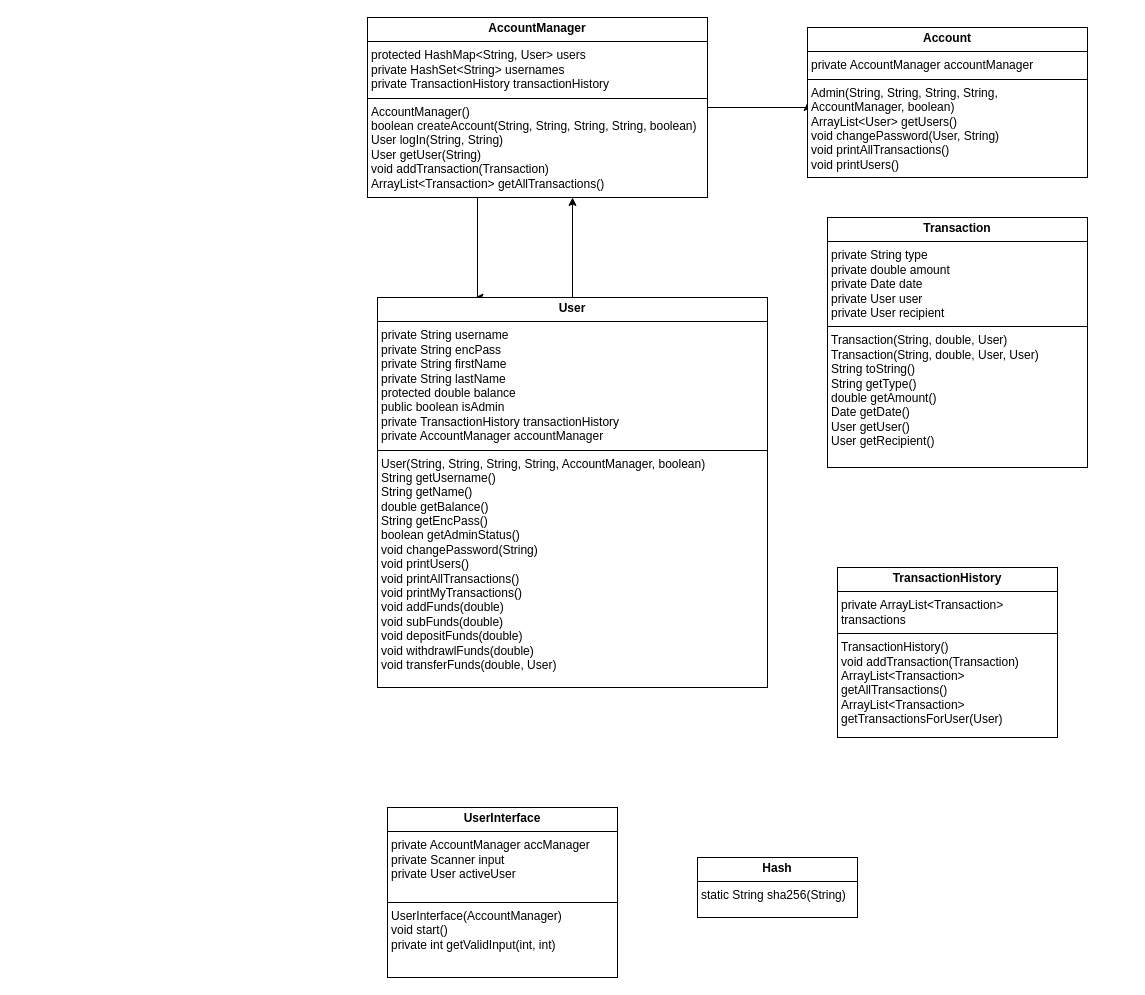
The draw.io diagram Untitled Diagram.drawio in hstocke1/MIST4600Project1, before the edit. Source tidied: cells renumbered, new cells numbered last; positions are measured from the earlier drawing's top-left corner, leaving out a move shared by most shapes. Both pictures are drawn from the tidied source at 100%, with x=0, y=0 at pixel (367, 17).
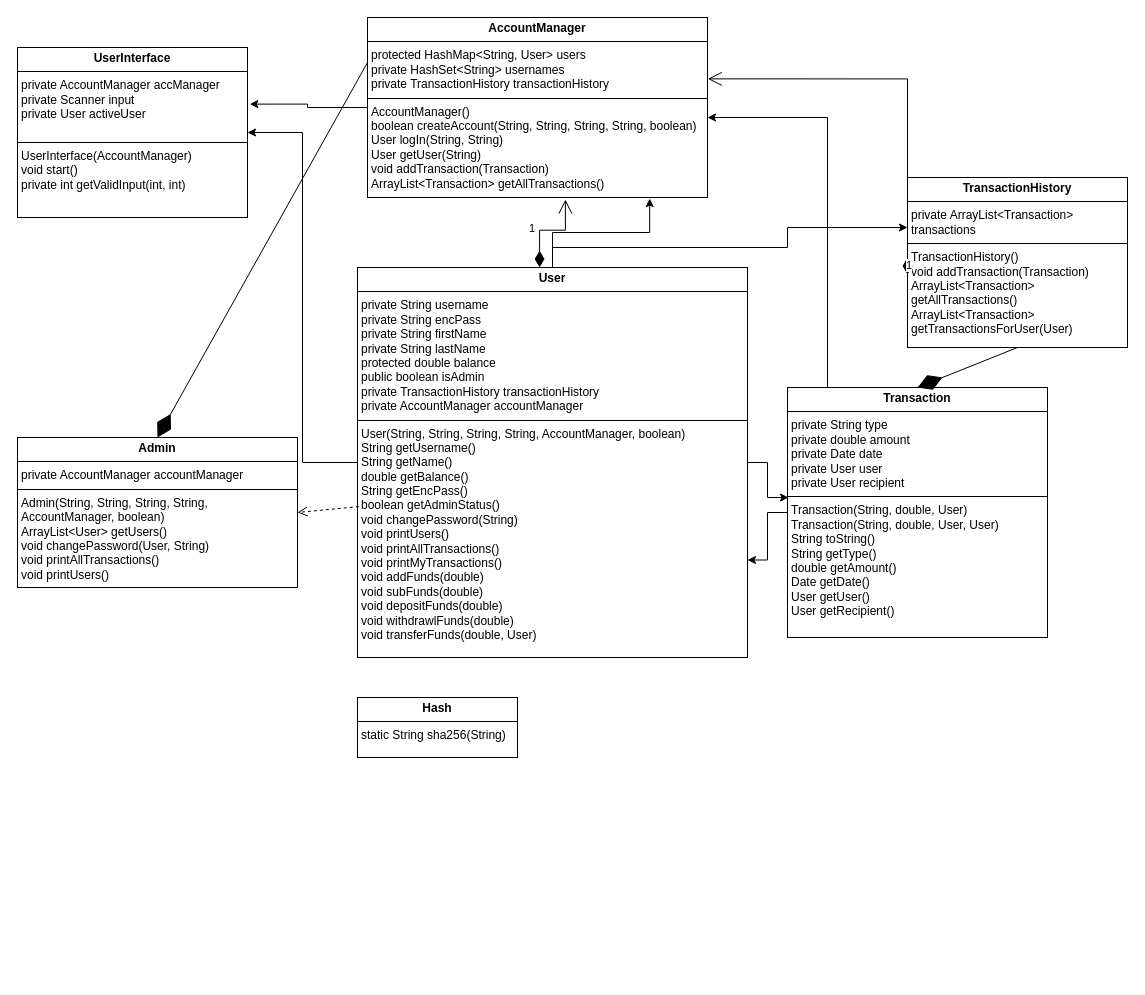
The same diagram, later.

Commit message:
I think i did it.drawio

Unchanged cells that the change refers to:
```xml
<mxCell id="4" value="&lt;p style=&quot;margin:0px;margin-top:4px;text-align:center;&quot;&gt;&lt;b&gt;AccountManager&lt;/b&gt;&lt;/p&gt;&lt;hr size=&quot;1&quot; style=&quot;border-style:solid;&quot;&gt;&lt;p style=&quot;margin:0px;margin-left:4px;&quot;&gt;protected HashMap&amp;lt;String, User&amp;gt; users&lt;/p&gt;&lt;p style=&quot;margin:0px;margin-left:4px;&quot;&gt;private HashSet&amp;lt;String&amp;gt; usernames&lt;/p&gt;&lt;p style=&quot;margin:0px;margin-left:4px;&quot;&gt;private TransactionHistory transactionHistory&lt;/p&gt;&lt;hr size=&quot;1&quot; style=&quot;border-style:solid;&quot;&gt;&lt;p style=&quot;margin:0px;margin-left:4px;&quot;&gt;AccountManager()&lt;/p&gt;&lt;p style=&quot;margin:0px;margin-left:4px;&quot;&gt;boolean createAccount(String, String, String, String, boolean)&lt;/p&gt;&lt;p style=&quot;margin:0px;margin-left:4px;&quot;&gt;User logIn(String, String)&lt;/p&gt;&lt;p style=&quot;margin:0px;margin-left:4px;&quot;&gt;User getUser(String)&lt;/p&gt;&lt;p style=&quot;margin:0px;margin-left:4px;&quot;&gt;void addTransaction(Transaction)&lt;/p&gt;&lt;p style=&quot;margin:0px;margin-left:4px;&quot;&gt;ArrayList&amp;lt;Transaction&amp;gt; getAllTransactions()&lt;/p&gt;" style="verticalAlign=top;align=left;overflow=fill;html=1;whiteSpace=wrap;" parent="1" vertex="1">
  <mxGeometry width="340" height="180" as="geometry" />
</mxCell>
```

Change to the diagram source:
```diff
@@
-    <mxCell id="2" style="edgeStyle=orthogonalEdgeStyle;rounded=0;jettySize=auto;html=1;entryX=0;entryY=0.5;entryDx=0;entryDy=0;" parent="1" edge="1" source="4" target="5">
-      <mxGeometry relative="1" as="geometry">
-        <Array as="points">
-          <mxPoint x="440" y="90" />
-        </Array>
-      </mxGeometry>
-    </mxCell>
-    <mxCell id="3" style="edgeStyle=orthogonalEdgeStyle;rounded=0;jettySize=auto;html=1;exitX=0.5;exitY=1;exitDx=0;exitDy=0;entryX=0.25;entryY=0;entryDx=0;entryDy=0;" parent="1" edge="1" source="4" target="6">
-      <mxGeometry relative="1" as="geometry">
-        <Array as="points">
-          <mxPoint x="110" y="180" />
-          <mxPoint x="110" y="280" />
-        </Array>
-      </mxGeometry>
-    </mxCell>
@@
-    <mxCell id="5" value="&lt;p style=&quot;margin:0px;margin-top:4px;text-align:center;&quot;&gt;&lt;b&gt;Account&lt;/b&gt;&lt;/p&gt;&lt;hr size=&quot;1&quot; style=&quot;border-style:solid;&quot;&gt;&lt;p style=&quot;margin:0px;margin-left:4px;&quot;&gt;private AccountManager accountManager&lt;/p&gt;&lt;hr size=&quot;1&quot; style=&quot;border-style:solid;&quot;&gt;&lt;p style=&quot;margin:0px;margin-left:4px;&quot;&gt;Admin(String, String, String, String, AccountManager, boolean)&lt;/p&gt;&lt;p style=&quot;margin:0px;margin-left:4px;&quot;&gt;ArrayList&amp;lt;User&amp;gt; getUsers()&lt;/p&gt;&lt;p style=&quot;margin:0px;margin-left:4px;&quot;&gt;void changePassword(User, String)&lt;/p&gt;&lt;p style=&quot;margin:0px;margin-left:4px;&quot;&gt;void printAllTransactions()&lt;/p&gt;&lt;p style=&quot;margin:0px;margin-left:4px;&quot;&gt;void printUsers()&lt;/p&gt;" style="verticalAlign=top;align=left;overflow=fill;html=1;whiteSpace=wrap;" parent="1" vertex="1">
-      <mxGeometry x="440" y="10" width="280" height="150" as="geometry" />
+    <mxCell id="5" value="&lt;p style=&quot;margin:0px;margin-top:4px;text-align:center;&quot;&gt;&lt;b&gt;Admin&lt;/b&gt;&lt;/p&gt;&lt;hr size=&quot;1&quot; style=&quot;border-style:solid;&quot;&gt;&lt;p style=&quot;margin:0px;margin-left:4px;&quot;&gt;private AccountManager accountManager&lt;/p&gt;&lt;hr size=&quot;1&quot; style=&quot;border-style:solid;&quot;&gt;&lt;p style=&quot;margin:0px;margin-left:4px;&quot;&gt;Admin(String, String, String, String, AccountManager, boolean)&lt;/p&gt;&lt;p style=&quot;margin:0px;margin-left:4px;&quot;&gt;ArrayList&amp;lt;User&amp;gt; getUsers()&lt;/p&gt;&lt;p style=&quot;margin:0px;margin-left:4px;&quot;&gt;void changePassword(User, String)&lt;/p&gt;&lt;p style=&quot;margin:0px;margin-left:4px;&quot;&gt;void printAllTransactions()&lt;/p&gt;&lt;p style=&quot;margin:0px;margin-left:4px;&quot;&gt;void printUsers()&lt;/p&gt;" style="verticalAlign=top;align=left;overflow=fill;html=1;whiteSpace=wrap;" parent="1" vertex="1">
+      <mxGeometry x="-350" y="420" width="280" height="150" as="geometry" />
     </mxCell>
+    <mxCell id="12" style="edgeStyle=orthogonalEdgeStyle;rounded=0;jettySize=auto;html=1;" parent="1" edge="1" source="6">
+      <mxGeometry relative="1" as="geometry">
+        <mxPoint x="540" y="210" as="targetPoint" />
+        <Array as="points">
+          <mxPoint x="185" y="230" />
+          <mxPoint x="420" y="230" />
+          <mxPoint x="420" y="210" />
+        </Array>
+      </mxGeometry>
+    </mxCell>
+    <mxCell id="13" style="edgeStyle=orthogonalEdgeStyle;rounded=0;jettySize=auto;html=1;entryX=1;entryY=0.5;entryDx=0;entryDy=0;" parent="1" edge="1" source="6" target="11">
+      <mxGeometry relative="1" as="geometry" />
+    </mxCell>
     <mxCell id="6" value="&lt;p style=&quot;margin:0px;margin-top:4px;text-align:center;&quot;&gt;&lt;b&gt;User&lt;/b&gt;&lt;/p&gt;&lt;hr size=&quot;1&quot; style=&quot;border-style:solid;&quot;&gt;&lt;p style=&quot;margin:0px;margin-left:4px;&quot;&gt;private String username&lt;/p&gt;&lt;p style=&quot;margin:0px;margin-left:4px;&quot;&gt;private String encPass&lt;/p&gt;&lt;p style=&quot;margin:0px;margin-left:4px;&quot;&gt;private String firstName&lt;/p&gt;&lt;p style=&quot;margin:0px;margin-left:4px;&quot;&gt;private String lastName&lt;/p&gt;&lt;p style=&quot;margin:0px;margin-left:4px;&quot;&gt;protected double balance&lt;/p&gt;&lt;p style=&quot;margin:0px;margin-left:4px;&quot;&gt;public boolean isAdmin&lt;/p&gt;&lt;p style=&quot;margin:0px;margin-left:4px;&quot;&gt;private TransactionHistory transactionHistory&lt;/p&gt;&lt;p style=&quot;margin:0px;margin-left:4px;&quot;&gt;private AccountManager accountManager&lt;/p&gt;&lt;hr size=&quot;1&quot; style=&quot;border-style:solid;&quot;&gt;&lt;p style=&quot;margin:0px;margin-left:4px;&quot;&gt;User(String, String, String, String, AccountManager, boolean)&lt;/p&gt;&lt;p style=&quot;margin:0px;margin-left:4px;&quot;&gt;String getUsername()&lt;/p&gt;&lt;p style=&quot;margin:0px;margin-left:4px;&quot;&gt;String getName()&lt;/p&gt;&lt;p style=&quot;margin:0px;margin-left:4px;&quot;&gt;double getBalance()&lt;/p&gt;&lt;p style=&quot;margin:0px;margin-left:4px;&quot;&gt;String getEncPass()&lt;/p&gt;&lt;p style=&quot;margin:0px;margin-left:4px;&quot;&gt;boolean getAdminStatus()&lt;/p&gt;&lt;p style=&quot;margin:0px;margin-left:4px;&quot;&gt;void changePassword(String)&lt;/p&gt;&lt;p style=&quot;margin:0px;margin-left:4px;&quot;&gt;void printUsers()&lt;/p&gt;&lt;p style=&quot;margin:0px;margin-left:4px;&quot;&gt;void printAllTransactions()&lt;/p&gt;&lt;p style=&quot;margin:0px;margin-left:4px;&quot;&gt;void printMyTransactions()&lt;/p&gt;&lt;p style=&quot;margin:0px;margin-left:4px;&quot;&gt;void addFunds(double)&lt;/p&gt;&lt;p style=&quot;margin:0px;margin-left:4px;&quot;&gt;void subFunds(double)&lt;/p&gt;&lt;p style=&quot;margin:0px;margin-left:4px;&quot;&gt;void depositFunds(double)&lt;/p&gt;&lt;p style=&quot;margin:0px;margin-left:4px;&quot;&gt;void withdrawlFunds(double)&lt;/p&gt;&lt;p style=&quot;margin:0px;margin-left:4px;&quot;&gt;void transferFunds(double, User)&lt;/p&gt;" style="verticalAlign=top;align=left;overflow=fill;html=1;whiteSpace=wrap;" parent="1" vertex="1">
-      <mxGeometry x="10" y="280" width="390" height="390" as="geometry" />
+      <mxGeometry x="-10" y="250" width="390" height="390" as="geometry" />
     </mxCell>
-    <mxCell id="7" style="edgeStyle=orthogonalEdgeStyle;rounded=0;jettySize=auto;html=1;exitX=0.5;exitY=0;exitDx=0;exitDy=0;entryX=0.603;entryY=1;entryDx=0;entryDy=0;entryPerimeter=0;" parent="1" edge="1" source="6" target="4">
-      <mxGeometry relative="1" as="geometry" />
-    </mxCell>
+    <mxCell id="14" style="edgeStyle=orthogonalEdgeStyle;rounded=0;jettySize=auto;html=1;exitX=0.164;exitY=0.002;exitDx=0;exitDy=0;exitPerimeter=0;" parent="1" edge="1" source="8">
+      <mxGeometry relative="1" as="geometry">
+        <mxPoint x="340" y="100" as="targetPoint" />
+        <Array as="points">
+          <mxPoint x="460" y="371" />
+          <mxPoint x="460" y="100" />
+        </Array>
+      </mxGeometry>
+    </mxCell>
+    <mxCell id="15" style="edgeStyle=orthogonalEdgeStyle;rounded=0;jettySize=auto;html=1;entryX=1;entryY=0.75;entryDx=0;entryDy=0;" parent="1" edge="1" source="8" target="6">
+      <mxGeometry relative="1" as="geometry" />
+    </mxCell>
     <mxCell id="8" value="&lt;p style=&quot;margin:0px;margin-top:4px;text-align:center;&quot;&gt;&lt;b&gt;Transaction&lt;/b&gt;&lt;/p&gt;&lt;hr size=&quot;1&quot; style=&quot;border-style:solid;&quot;&gt;&lt;p style=&quot;margin:0px;margin-left:4px;&quot;&gt;private String type&lt;/p&gt;&lt;p style=&quot;margin:0px;margin-left:4px;&quot;&gt;private double amount&lt;/p&gt;&lt;p style=&quot;margin:0px;margin-left:4px;&quot;&gt;private Date date&lt;/p&gt;&lt;p style=&quot;margin:0px;margin-left:4px;&quot;&gt;private User user&lt;/p&gt;&lt;p style=&quot;margin:0px;margin-left:4px;&quot;&gt;private User recipient&lt;/p&gt;&lt;hr size=&quot;1&quot; style=&quot;border-style:solid;&quot;&gt;&lt;p style=&quot;margin:0px;margin-left:4px;&quot;&gt;Transaction(String, double, User)&lt;/p&gt;&lt;p style=&quot;margin:0px;margin-left:4px;&quot;&gt;Transaction(String, double, User, User)&lt;/p&gt;&lt;p style=&quot;margin:0px;margin-left:4px;&quot;&gt;String toString()&lt;/p&gt;&lt;p style=&quot;margin:0px;margin-left:4px;&quot;&gt;String getType()&lt;/p&gt;&lt;p style=&quot;margin:0px;margin-left:4px;&quot;&gt;double getAmount()&lt;/p&gt;&lt;p style=&quot;margin:0px;margin-left:4px;&quot;&gt;Date getDate()&lt;/p&gt;&lt;p style=&quot;margin:0px;margin-left:4px;&quot;&gt;User getUser()&lt;/p&gt;&lt;p style=&quot;margin:0px;margin-left:4px;&quot;&gt;User getRecipient()&lt;/p&gt;" style="verticalAlign=top;align=left;overflow=fill;html=1;whiteSpace=wrap;" parent="1" vertex="1">
-      <mxGeometry x="460" y="200" width="260" height="250" as="geometry" />
+      <mxGeometry x="420" y="370" width="260" height="250" as="geometry" />
     </mxCell>
     <mxCell id="9" value="&lt;p style=&quot;margin:0px;margin-top:4px;text-align:center;&quot;&gt;&lt;b&gt;TransactionHistory&lt;/b&gt;&lt;/p&gt;&lt;hr size=&quot;1&quot; style=&quot;border-style:solid;&quot;&gt;&lt;p style=&quot;margin:0px;margin-left:4px;&quot;&gt;private ArrayList&amp;lt;Transaction&amp;gt; transactions&lt;/p&gt;&lt;hr size=&quot;1&quot; style=&quot;border-style:solid;&quot;&gt;&lt;p style=&quot;margin:0px;margin-left:4px;&quot;&gt;TransactionHistory()&lt;/p&gt;&lt;p style=&quot;margin:0px;margin-left:4px;&quot;&gt;void addTransaction(Transaction)&lt;/p&gt;&lt;p style=&quot;margin:0px;margin-left:4px;&quot;&gt;ArrayList&amp;lt;Transaction&amp;gt; getAllTransactions()&lt;/p&gt;&lt;p style=&quot;margin:0px;margin-left:4px;&quot;&gt;ArrayList&amp;lt;Transaction&amp;gt; getTransactionsForUser(User)&lt;/p&gt;" style="verticalAlign=top;align=left;overflow=fill;html=1;whiteSpace=wrap;" parent="1" vertex="1">
-      <mxGeometry x="470" y="550" width="220" height="170" as="geometry" />
+      <mxGeometry x="540" y="160" width="220" height="170" as="geometry" />
     </mxCell>
     <mxCell id="10" value="&lt;p style=&quot;margin:0px;margin-top:4px;text-align:center;&quot;&gt;&lt;b&gt;Hash&lt;/b&gt;&lt;/p&gt;&lt;hr size=&quot;1&quot; style=&quot;border-style:solid;&quot;&gt;&lt;p style=&quot;margin:0px;margin-left:4px;&quot;&gt;static String sha256(String)&lt;/p&gt;" style="verticalAlign=top;align=left;overflow=fill;html=1;whiteSpace=wrap;" parent="1" vertex="1">
-      <mxGeometry x="330" y="840" width="160" height="60" as="geometry" />
+      <mxGeometry x="-10" y="680" width="160" height="60" as="geometry" />
     </mxCell>
     <mxCell id="11" value="&lt;p style=&quot;margin:0px;margin-top:4px;text-align:center;&quot;&gt;&lt;b&gt;UserInterface&lt;/b&gt;&lt;/p&gt;&lt;hr size=&quot;1&quot; style=&quot;border-style:solid;&quot;&gt;&lt;p style=&quot;margin:0px;margin-left:4px;&quot;&gt;private AccountManager accManager&lt;/p&gt;&lt;p style=&quot;margin:0px;margin-left:4px;&quot;&gt;private Scanner input&lt;/p&gt;&lt;p style=&quot;margin:0px;margin-left:4px;&quot;&gt;private User activeUser&lt;/p&gt;&lt;div&gt;&lt;br&gt;&lt;/div&gt;&lt;hr size=&quot;1&quot; style=&quot;border-style:solid;&quot;&gt;&lt;p style=&quot;margin:0px;margin-left:4px;&quot;&gt;UserInterface(AccountManager)&lt;/p&gt;&lt;p style=&quot;margin:0px;margin-left:4px;&quot;&gt;void start()&lt;/p&gt;&lt;p style=&quot;margin:0px;margin-left:4px;&quot;&gt;private int getValidInput(int, int)&lt;/p&gt;" style="verticalAlign=top;align=left;overflow=fill;html=1;whiteSpace=wrap;" parent="1" vertex="1">
-      <mxGeometry x="20" y="790" width="230" height="170" as="geometry" />
+      <mxGeometry x="-350" y="30" width="230" height="170" as="geometry" />
     </mxCell>
+    <mxCell id="16" value="1" style="endArrow=open;html=1;endSize=12;startArrow=diamondThin;startSize=14;startFill=1;edgeStyle=orthogonalEdgeStyle;align=left;verticalAlign=bottom;rounded=0;entryX=0.58;entryY=0.996;entryDx=0;entryDy=0;entryPerimeter=0;exitX=0.465;exitY=-0.007;exitDx=0;exitDy=0;exitPerimeter=0;" parent="1" edge="1">
+      <mxGeometry x="-0.36" y="12" relative="1" as="geometry">
+        <mxPoint x="172.1" y="250" as="sourcePoint" />
+        <mxPoint x="197.9" y="182" as="targetPoint" />
+        <Array as="points">
+          <mxPoint x="171.7" y="212.7" />
+          <mxPoint x="197.7" y="212.7" />
+        </Array>
+      </mxGeometry>
+    </mxCell>
+    <mxCell id="17" value="1" style="endArrow=open;html=1;endSize=12;startArrow=diamondThin;startSize=14;startFill=1;edgeStyle=orthogonalEdgeStyle;align=left;verticalAlign=bottom;rounded=0;entryX=1.001;entryY=0.341;entryDx=0;entryDy=0;entryPerimeter=0;exitX=0;exitY=0.571;exitDx=0;exitDy=0;exitPerimeter=0;" parent="1" edge="1" source="9" target="4">
+      <mxGeometry x="-1" y="3" relative="1" as="geometry">
+        <Array as="points">
+          <mxPoint x="540" y="61" />
+        </Array>
+      </mxGeometry>
+    </mxCell>
+    <mxCell id="18" style="html=1;verticalAlign=bottom;endArrow=open;dashed=1;endSize=8;curved=0;rounded=0;entryX=1;entryY=0.5;entryDx=0;entryDy=0;exitX=0.003;exitY=0.613;exitDx=0;exitDy=0;exitPerimeter=0;" parent="1" edge="1" source="6" target="5">
+      <mxGeometry relative="1" as="geometry" />
+    </mxCell>
+    <mxCell id="2" style="endArrow=diamondThin;endFill=1;endSize=24;html=1;rounded=0;entryX=0.5;entryY=0;entryDx=0;entryDy=0;exitX=0;exitY=0.25;exitDx=0;exitDy=0;" parent="1" edge="1" source="4" target="5">
+      <mxGeometry relative="1" as="geometry" />
+    </mxCell>
+    <mxCell id="19" style="edgeStyle=orthogonalEdgeStyle;rounded=0;jettySize=auto;html=1;entryX=0.004;entryY=0.44;entryDx=0;entryDy=0;entryPerimeter=0;" parent="1" edge="1" source="6" target="8">
+      <mxGeometry relative="1" as="geometry" />
+    </mxCell>
+    <mxCell id="20" style="endArrow=diamondThin;endFill=1;endSize=24;html=1;rounded=0;entryX=0.5;entryY=0;entryDx=0;entryDy=0;exitX=0.5;exitY=1;exitDx=0;exitDy=0;" parent="1" edge="1" source="9" target="8">
+      <mxGeometry relative="1" as="geometry" />
+    </mxCell>
+    <mxCell id="7" style="edgeStyle=orthogonalEdgeStyle;rounded=0;jettySize=auto;html=1;entryX=0.83;entryY=1.006;entryDx=0;entryDy=0;entryPerimeter=0;" parent="1" edge="1" source="6" target="4">
+      <mxGeometry relative="1" as="geometry" />
+    </mxCell>
+    <mxCell id="21" style="edgeStyle=orthogonalEdgeStyle;rounded=0;jettySize=auto;html=1;entryX=1.01;entryY=0.333;entryDx=0;entryDy=0;entryPerimeter=0;" parent="1" edge="1" source="4" target="11">
+      <mxGeometry relative="1" as="geometry" />
+    </mxCell>
```
